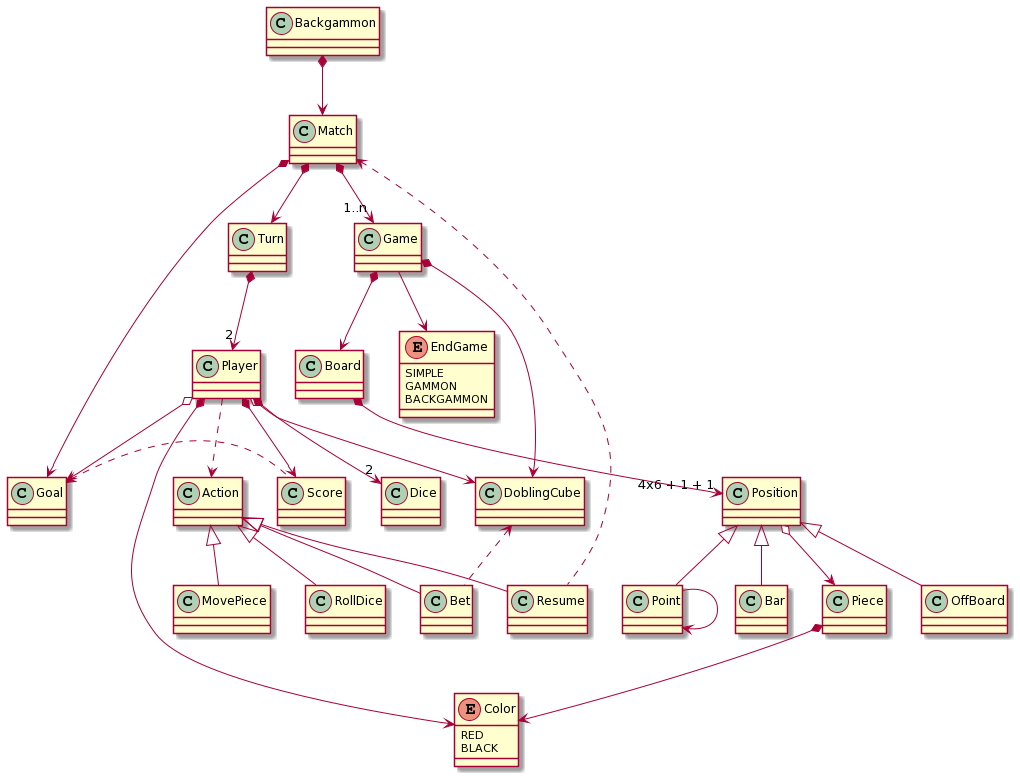
Above: rup/domain_model/domain_model.png in USantaTecla-game-backgammon/backgammon (PlantUML), before the change.
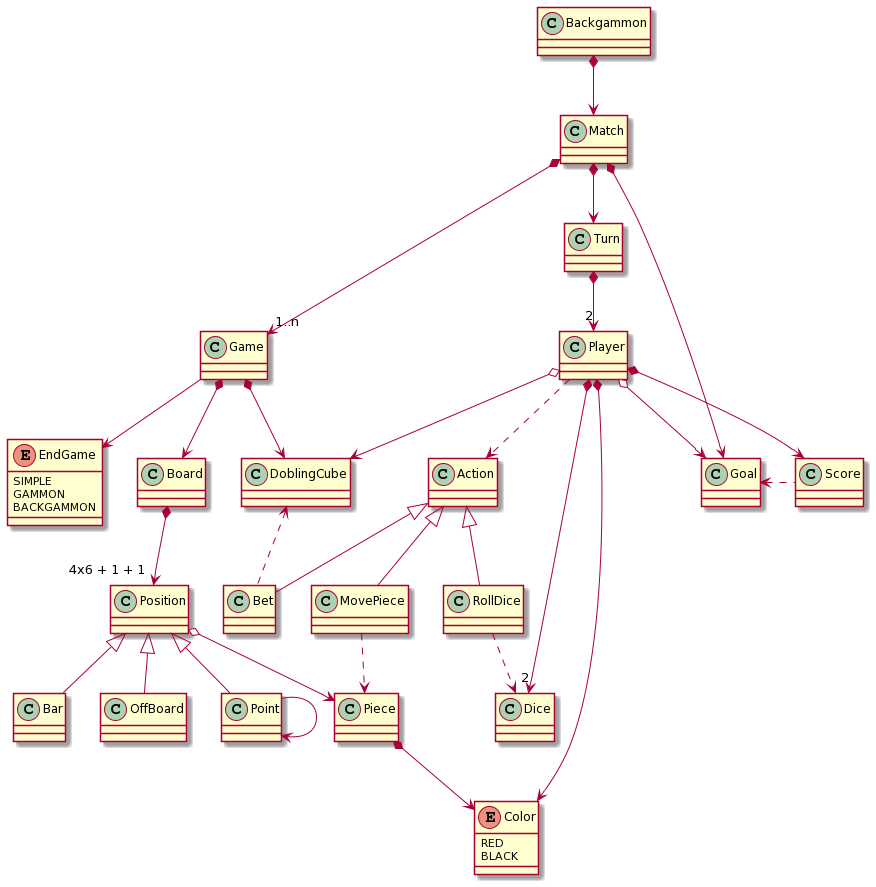
Above is the later version.

What changed in the source:
```diff
@@ -10,7 +10,6 @@
 
 class OffBoard{}
 
-
 class Point {}
 
 class Piece{}
@@ -22,7 +21,6 @@
 
 class Goal{}
 class Bar{}
-
 
 class Turn{}
 
@@ -72,11 +70,10 @@
 Player *--> "2" Dice
 Player o--> Goal
 Player ..> Action
-
-Resume .up.> Match
+RollDice ..> Dice
+MovePiece ..> Piece
 
 Action <|-- RollDice
 Action <|-- MovePiece
 Action <|-- Bet
-Action <|-- Resume
 @enduml
```
